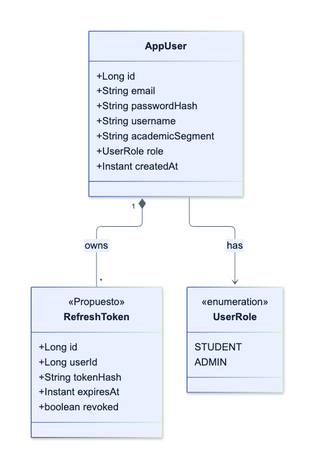
Before: assets/diagrams/tactical/08-identity-access-classes.png, a diagram exported from Mermaid (upc-pre-202620-si728-16365-thropic/talki-project-report). Its source is kept beside it as assets/diagrams/tactical/08-identity-access-classes.mmd.
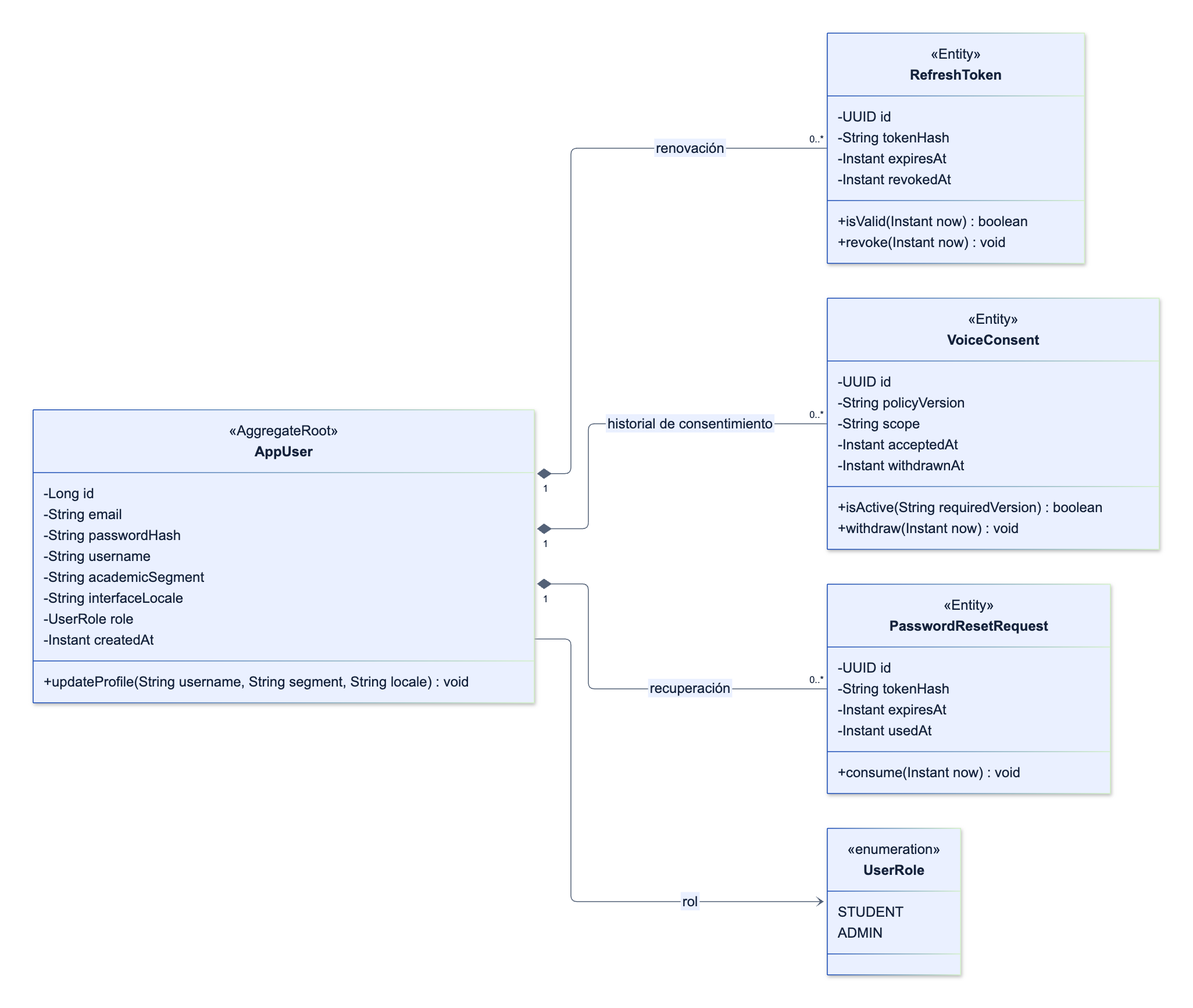
Later version of the same file.

Commit message:
docs(5.8): completa modelos y contratos de Identity & Access

Diff of the diagram source:
```diff
@@ -1,25 +1,50 @@
 classDiagram
-    class AppUser {
-        +Long id
-        +String email
-        +String passwordHash
-        +String username
-        +String academicSegment
-        +UserRole role
-        +Instant createdAt
-    }
-    class UserRole {
-        <<enumeration>>
-        STUDENT
-        ADMIN
-    }
-    class RefreshToken {
-        <<Propuesto>>
-        +Long id
-        +Long userId
-        +String tokenHash
-        +Instant expiresAt
-        +boolean revoked
-    }
-    AppUser "1" *-- "*" RefreshToken : owns
-    AppUser --> UserRole : has
+ direction LR
+class AppUser {
+  <<AggregateRoot>>
+  -Long id
+  -String email
+  -String passwordHash
+  -String username
+  -String academicSegment
+  -String interfaceLocale
+  -UserRole role
+  -Instant createdAt
+  +updateProfile(String username, String segment, String locale) void
+}
+class UserRole {
+  <<enumeration>>
+  STUDENT
+  ADMIN
+}
+class RefreshToken {
+  <<Entity>>
+  -UUID id
+  -String tokenHash
+  -Instant expiresAt
+  -Instant revokedAt
+  +isValid(Instant now) boolean
+  +revoke(Instant now) void
+}
+class VoiceConsent {
+  <<Entity>>
+  -UUID id
+  -String policyVersion
+  -String scope
+  -Instant acceptedAt
+  -Instant withdrawnAt
+  +isActive(String requiredVersion) boolean
+  +withdraw(Instant now) void
+}
+class PasswordResetRequest {
+  <<Entity>>
+  -UUID id
+  -String tokenHash
+  -Instant expiresAt
+  -Instant usedAt
+  +consume(Instant now) void
+}
+AppUser "1" *-- "0..*" RefreshToken : renovación
+AppUser "1" *-- "0..*" VoiceConsent : historial de consentimiento
+AppUser "1" *-- "0..*" PasswordResetRequest : recuperación
+AppUser --> UserRole : rol
```
